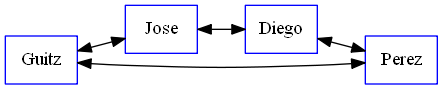
Earlier version of the Graphviz export Python/graficaLista.gv.png (6mmario/Proyecto1). Its source is kept beside it as Python/graficaLista.gv.
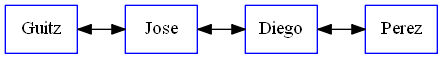
Above is the later version.

The edit, as a diff of the source:
```diff
@@ -7,6 +7,4 @@
 [dir=both]
 		Diego -> Perez
 [dir=both]
-		Perez -> Guitz
-[dir=both]
 }
```
